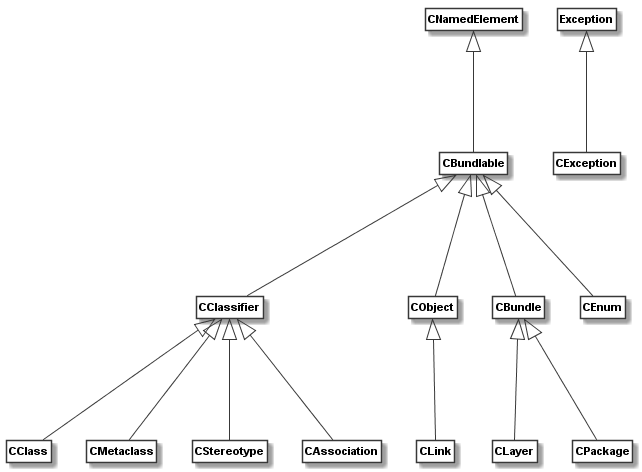
Earlier version of the PlantUML export docs/_images/codeable_models_model_hierarchy.png (uzdun/CodeableModels). The source it was exported from:
```plantuml
@startuml
skinparam monochrome true
skinparam ClassBackgroundColor White
hide empty members
hide circle
skinparam defaultFontName Arial
skinparam defaultFontSize 11
skinparam classfontstyle bold
class "CNamedElement" as __1_CNamedElement
class "CBundlable" as __2_CBundlable
class "CClassifier" as __3_CClassifier
class "CClass" as __4_CClass
class "CMetaclass" as __5_CMetaclass
class "CStereotype" as __6_CStereotype
class "CAssociation" as __7_CAssociation
class "CLink" as __8_CLink
class "CObject" as __9_CObject
class "CBundle" as __10_CBundle
class "CLayer" as __11_CLayer
class "CPackage" as __12_CPackage
class "CEnum" as __13_CEnum
class "CException" as __14_CException
class "Exception" as __15_Exception
__1_CNamedElement <|--- __2_CBundlable
__2_CBundlable <|--- __3_CClassifier
__2_CBundlable <|--- __10_CBundle
__2_CBundlable <|--- __13_CEnum
__2_CBundlable <|--- __9_CObject
__3_CClassifier <|--- __4_CClass
__3_CClassifier <|--- __7_CAssociation
__3_CClassifier <|--- __5_CMetaclass
__3_CClassifier <|--- __6_CStereotype
__9_CObject <|--- __8_CLink
__10_CBundle <|--- __11_CLayer
__10_CBundle <|--- __12_CPackage
__15_Exception <|--- __14_CException
@enduml
```
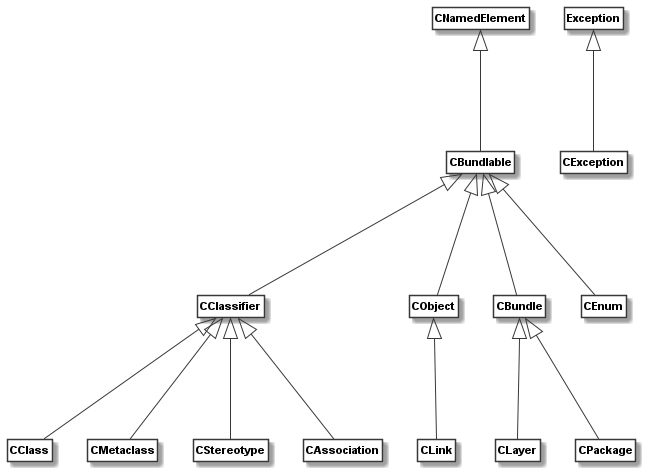
Above is the later version.

What changed in the source:
```diff
@@ -5,22 +5,21 @@
 hide circle
 skinparam defaultFontName Arial
 skinparam defaultFontSize 11
-skinparam classfontstyle bold
-class "CNamedElement" as __1_CNamedElement
-class "CBundlable" as __2_CBundlable
-class "CClassifier" as __3_CClassifier
-class "CClass" as __4_CClass
-class "CMetaclass" as __5_CMetaclass
-class "CStereotype" as __6_CStereotype
-class "CAssociation" as __7_CAssociation
-class "CLink" as __8_CLink
-class "CObject" as __9_CObject
-class "CBundle" as __10_CBundle
-class "CLayer" as __11_CLayer
-class "CPackage" as __12_CPackage
-class "CEnum" as __13_CEnum
-class "CException" as __14_CException
-class "Exception" as __15_Exception
+class "<b>CNamedElement</b>" as __1_CNamedElement
+class "<b>CBundlable</b>" as __2_CBundlable
+class "<b>CClassifier</b>" as __3_CClassifier
+class "<b>CClass</b>" as __4_CClass
+class "<b>CMetaclass</b>" as __5_CMetaclass
+class "<b>CStereotype</b>" as __6_CStereotype
+class "<b>CAssociation</b>" as __7_CAssociation
+class "<b>CLink</b>" as __8_CLink
+class "<b>CObject</b>" as __9_CObject
+class "<b>CBundle</b>" as __10_CBundle
+class "<b>CLayer</b>" as __11_CLayer
+class "<b>CPackage</b>" as __12_CPackage
+class "<b>CEnum</b>" as __13_CEnum
+class "<b>CException</b>" as __14_CException
+class "<b>Exception</b>" as __15_Exception
 __1_CNamedElement <|--- __2_CBundlable
 __2_CBundlable <|--- __3_CClassifier
 __2_CBundlable <|--- __10_CBundle
```
